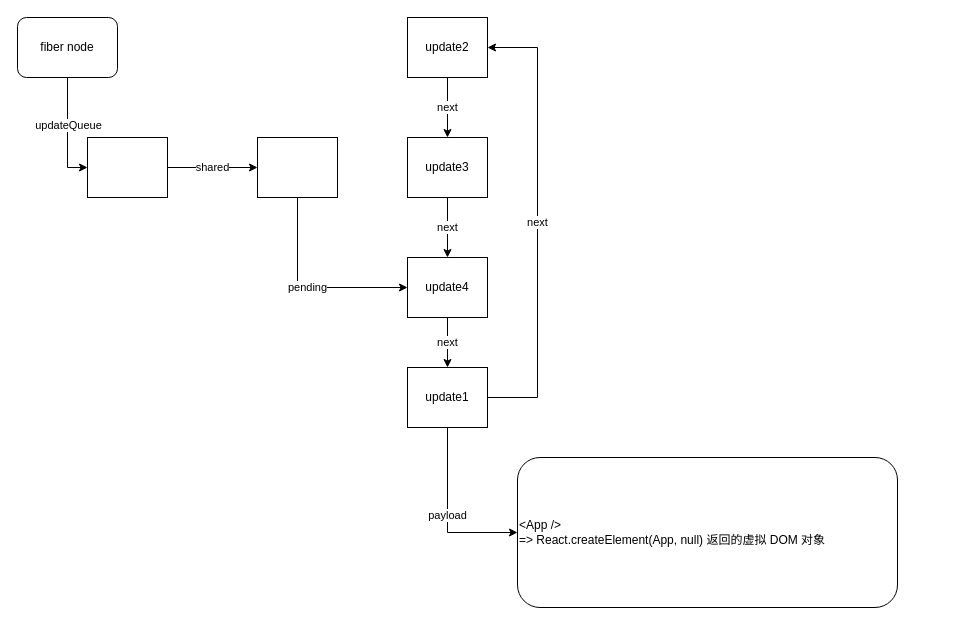
Earlier version of the draw.io diagram page "updateQueue" (3 of 3) of react.drawio (IDonotK/draw.io). Source tidied: cells renumbered, new cells numbered last; positions are measured from the earlier drawing's top-left corner, leaving out a move shared by most shapes. Both pictures are drawn from the tidied source at 100%, with x=0, y=0 at pixel (17, 17).
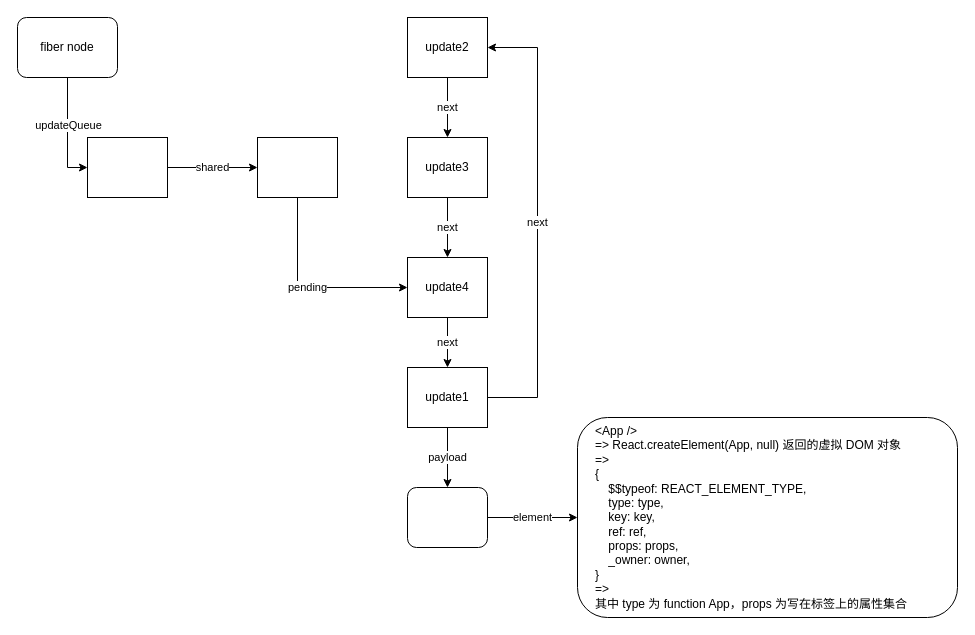
Above is the later version.

Unchanged cells that the change refers to:
```xml
<mxCell id="11" value="update1" style="rounded=0;whiteSpace=wrap;html=1;" parent="1" vertex="1">
  <mxGeometry x="390" y="350" width="80" height="60" as="geometry" />
</mxCell>
```

Diff of the diagram source:
```diff
@@
-    <mxCell id="10" value="payload" style="edgeStyle=orthogonalEdgeStyle;rounded=0;jettySize=auto;html=1;entryX=0;entryY=0.5;entryDx=0;entryDy=0;fontColor=#000000;" parent="1" edge="1" source="11" target="18">
-      <mxGeometry relative="1" as="geometry">
-        <Array as="points">
-          <mxPoint x="430" y="515" />
-        </Array>
-      </mxGeometry>
+    <mxCell id="10" value="payload" style="edgeStyle=orthogonalEdgeStyle;rounded=0;jettySize=auto;html=1;entryX=0.5;entryY=0;entryDx=0;entryDy=0;fontColor=#000000;" parent="1" edge="1" source="11" target="20">
+      <mxGeometry relative="1" as="geometry" />
     </mxCell>
@@
-    <mxCell id="18" value="&amp;lt;App /&amp;gt;&lt;br&gt;=&amp;gt;&amp;nbsp;React.createElement(App, null) 返回的虚拟 DOM 对象" style="rounded=1;whiteSpace=wrap;html=1;labelBackgroundColor=#FFFFFF;fontColor=#000000;align=left;" parent="1" vertex="1">
-      <mxGeometry x="500" y="440" width="380" height="150" as="geometry" />
+    <mxCell id="18" value="&amp;lt;App /&amp;gt;&lt;br&gt;=&amp;gt;&amp;nbsp;React.createElement(App, null) 返回的虚拟 DOM 对象&lt;br&gt;=&amp;gt;&amp;nbsp;&lt;br&gt;&lt;div&gt;{&lt;/div&gt;&lt;div&gt;&amp;nbsp; &amp;nbsp; $$typeof: REACT_ELEMENT_TYPE,&lt;/div&gt;&lt;div&gt;&amp;nbsp; &amp;nbsp; type: type,&lt;/div&gt;&lt;div&gt;&amp;nbsp; &amp;nbsp; key: key,&lt;/div&gt;&lt;div&gt;&amp;nbsp; &amp;nbsp; ref: ref,&lt;/div&gt;&lt;div&gt;&amp;nbsp; &amp;nbsp; props: props,&lt;/div&gt;&lt;div&gt;&amp;nbsp; &amp;nbsp; _owner: owner,&lt;/div&gt;&lt;div&gt;}&lt;/div&gt;&lt;div&gt;=&amp;gt;&lt;/div&gt;&lt;div&gt;其中 type 为 function App，props 为写在标签上的属性集合&lt;/div&gt;" style="rounded=1;whiteSpace=wrap;html=1;labelBackgroundColor=#FFFFFF;fontColor=#000000;align=left;spacingLeft=16;" parent="1" vertex="1">
+      <mxGeometry x="560" y="400" width="380" height="200" as="geometry" />
     </mxCell>
+    <mxCell id="19" value="element" style="edgeStyle=orthogonalEdgeStyle;rounded=0;jettySize=auto;html=1;fontColor=#000000;" parent="1" edge="1" source="20" target="18">
+      <mxGeometry relative="1" as="geometry" />
+    </mxCell>
+    <mxCell id="20" style="rounded=1;whiteSpace=wrap;html=1;labelBackgroundColor=#FFFFFF;fontColor=#000000;" parent="1" vertex="1">
+      <mxGeometry x="390" y="470" width="80" height="60" as="geometry" />
+    </mxCell>
```
